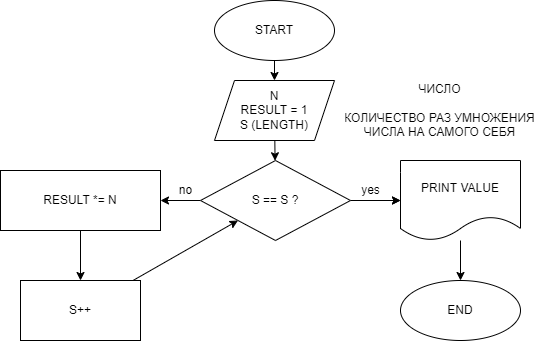
This is HW4Ex01/hw01.drawio.png from MaryQueen1/Lesson4, a draw.io export, as it was before one commit. Source tidied: cells renumbered, new cells last; positions are measured from the earlier drawing's top-left corner, leaving out a move shared by most shapes.
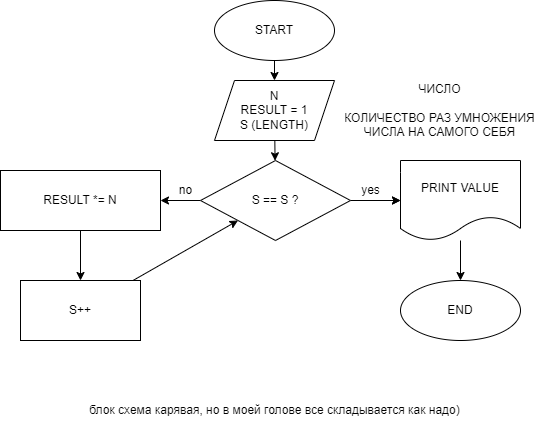
After the commit.

Diff of the diagram source:
```diff
@@ -56,5 +56,8 @@
     <mxCell id="19" value="no" style="text;html=1;align=center;verticalAlign=middle;strokeColor=none;fillColor=none;" parent="1" vertex="1">
       <mxGeometry x="170" y="180" width="30" height="20" as="geometry" />
     </mxCell>
+    <mxCell id="20" value="блок схема карявая, но в моей голове все складывается как надо)" style="text;html=1;align=center;verticalAlign=middle;strokeColor=none;fillColor=none;" parent="1" vertex="1">
+      <mxGeometry x="79" y="400" width="390" height="20" as="geometry" />
+    </mxCell>
   </root>
 </mxGraphModel>
```
